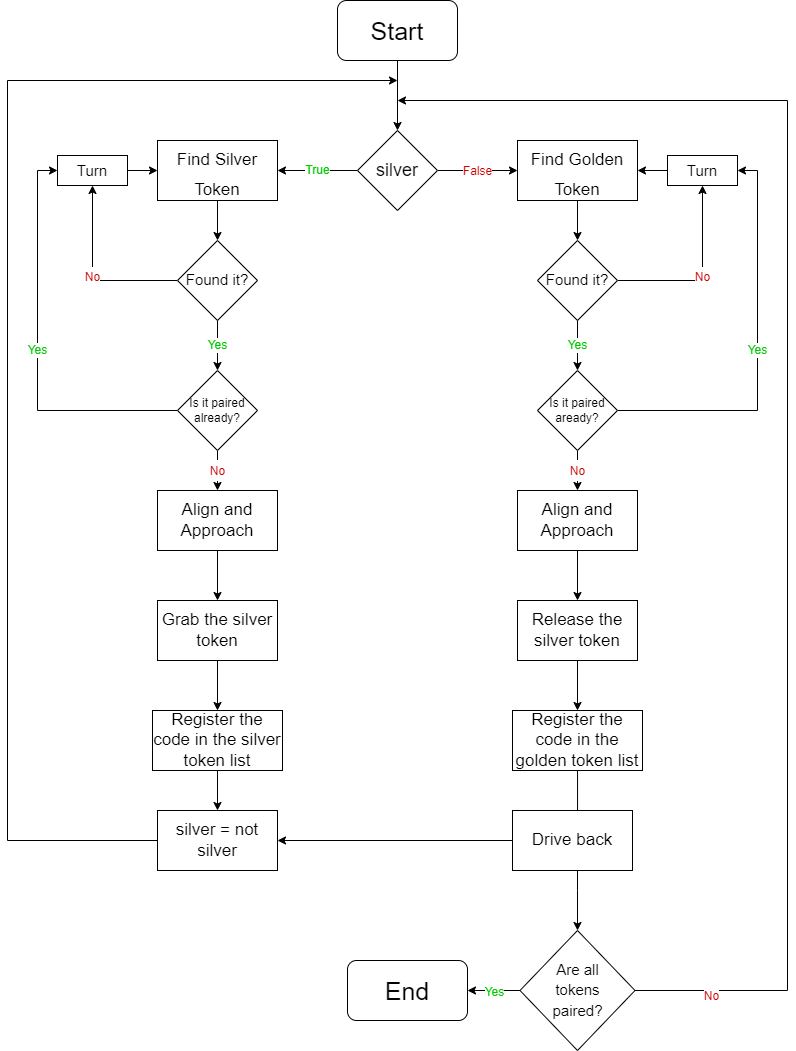
This is FlowChartAssignment1.png from MatteoCappe/ResearchTrack_Assignment1, a draw.io export, as it was before one commit. Source tidied: cells renumbered, new cells last; positions are measured from the earlier drawing's top-left corner, leaving out a move shared by most shapes.
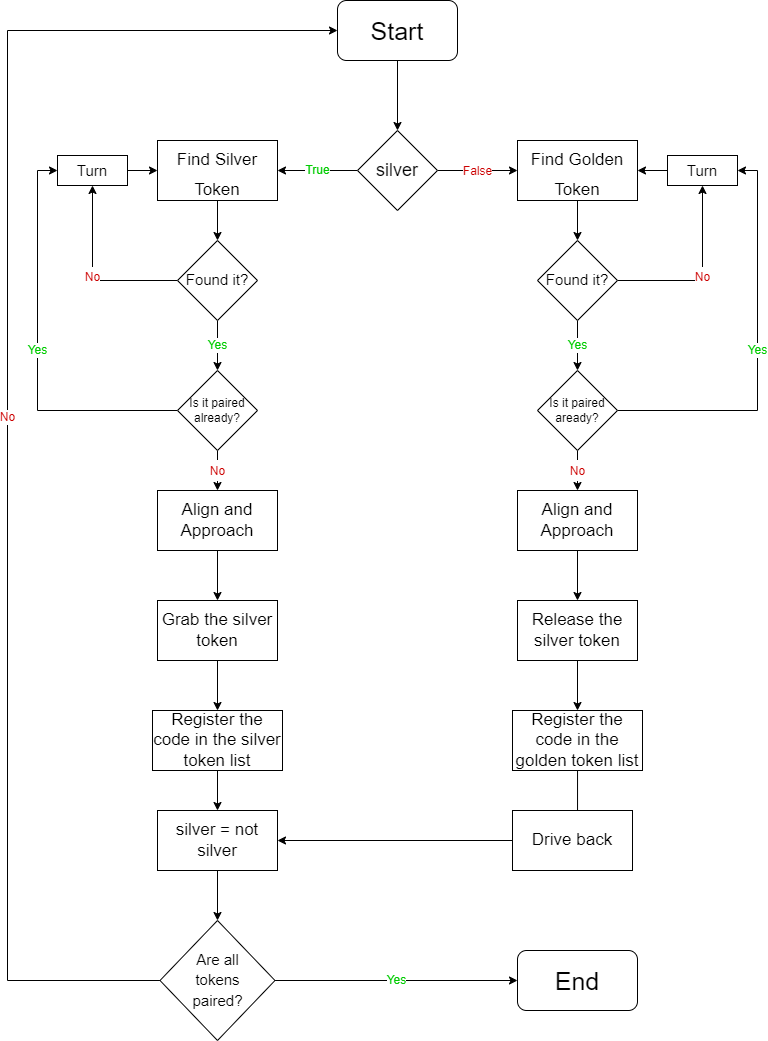
The same file after the commit.

The edit, as a diff of the source:
```diff
@@ -113,65 +113,34 @@
     <mxCell id="38" value="Register the code in the golden token list" style="rounded=0;whiteSpace=wrap;html=1;fontFamily=Helvetica;fontSize=17;fontColor=#000000;" parent="1" vertex="1">
       <mxGeometry x="505" y="710" width="130" height="60" as="geometry" />
     </mxCell>
-    <mxCell id="39" style="edgeStyle=orthogonalEdgeStyle;rounded=0;jettySize=auto;html=1;entryX=1;entryY=0.5;entryDx=0;entryDy=0;fontFamily=Helvetica;fontSize=17;fontColor=#000000;" parent="1" edge="1" source="41" target="42">
+    <mxCell id="39" style="edgeStyle=orthogonalEdgeStyle;rounded=0;jettySize=auto;html=1;entryX=1;entryY=0.5;entryDx=0;entryDy=0;fontSize=12;fontColor=#CC0000;" parent="1" edge="1" source="41" target="42">
       <mxGeometry relative="1" as="geometry" />
     </mxCell>
-    <mxCell id="40" style="edgeStyle=orthogonalEdgeStyle;rounded=0;jettySize=auto;html=1;fontFamily=Helvetica;fontSize=15;fontColor=#000000;" parent="1" edge="1" source="41" target="47">
-      <mxGeometry relative="1" as="geometry">
-        <Array as="points">
-          <mxPoint x="570" y="890" />
-          <mxPoint x="570" y="890" />
-        </Array>
-      </mxGeometry>
-    </mxCell>
     <mxCell id="41" value="Drive back" style="rounded=0;whiteSpace=wrap;html=1;fontFamily=Helvetica;fontSize=17;fontColor=#000000;" parent="1" vertex="1">
       <mxGeometry x="505" y="810" width="120" height="60" as="geometry" />
     </mxCell>
+    <mxCell id="52" style="edgeStyle=orthogonalEdgeStyle;rounded=0;jettySize=auto;html=1;entryX=0.5;entryY=0;entryDx=0;entryDy=0;fontSize=12;fontColor=#CC0000;" parent="1" edge="1" source="42" target="47">
+      <mxGeometry relative="1" as="geometry" />
+    </mxCell>
     <mxCell id="42" value="silver = not silver" style="rounded=0;whiteSpace=wrap;html=1;fontFamily=Helvetica;fontSize=17;fontColor=#000000;" parent="1" vertex="1">
       <mxGeometry x="150" y="810" width="120" height="60" as="geometry" />
     </mxCell>
-    <mxCell id="43" style="endArrow=classic;html=1;rounded=0;fontFamily=Helvetica;fontSize=17;fontColor=#000000;" parent="1" edge="1">
-      <mxGeometry relative="1" as="geometry">
-        <mxPoint y="80" as="sourcePoint" />
-        <mxPoint x="390" y="80" as="targetPoint" />
-      </mxGeometry>
-    </mxCell>
-    <mxCell id="44" style="endArrow=none;html=1;rounded=0;fontFamily=Helvetica;fontSize=17;fontColor=#000000;" parent="1" edge="1">
-      <mxGeometry relative="1" as="geometry">
-        <mxPoint y="840" as="sourcePoint" />
-        <mxPoint y="80" as="targetPoint" />
-      </mxGeometry>
-    </mxCell>
-    <mxCell id="45" style="endArrow=none;html=1;rounded=0;fontFamily=Helvetica;fontSize=17;fontColor=#000000;entryX=0;entryY=0.5;entryDx=0;entryDy=0;" parent="1" edge="1" target="42">
-      <mxGeometry relative="1" as="geometry">
-        <mxPoint y="840" as="sourcePoint" />
-      </mxGeometry>
-    </mxCell>
-    <mxCell id="46" value="&lt;font color=&quot;#00cc00&quot; style=&quot;font-size: 12px;&quot;&gt;Yes&lt;/font&gt;" style="edgeStyle=orthogonalEdgeStyle;rounded=0;jettySize=auto;html=1;entryX=1;entryY=0.5;entryDx=0;entryDy=0;fontFamily=Helvetica;fontSize=15;fontColor=#000000;" parent="1" edge="1" source="47" target="48">
+    <mxCell id="46" value="&lt;font color=&quot;#00cc00&quot;&gt;Yes&lt;/font&gt;" style="edgeStyle=orthogonalEdgeStyle;rounded=0;jettySize=auto;html=1;entryX=0;entryY=0.5;entryDx=0;entryDy=0;fontSize=12;fontColor=#CC0000;" parent="1" edge="1" source="47" target="48">
       <mxGeometry relative="1" as="geometry" />
     </mxCell>
+    <mxCell id="49" value="&lt;font color=&quot;#cc0000&quot;&gt;No&lt;/font&gt;" style="edgeStyle=orthogonalEdgeStyle;rounded=0;jettySize=auto;html=1;entryX=0;entryY=0.5;entryDx=0;entryDy=0;fontSize=12;fontColor=#00CC00;" parent="1" edge="1" source="47" target="6">
+      <mxGeometry relative="1" as="geometry">
+        <Array as="points">
+          <mxPoint y="980" />
+          <mxPoint y="30" />
+        </Array>
+      </mxGeometry>
+    </mxCell>
     <mxCell id="47" value="&lt;font style=&quot;font-size: 15px;&quot;&gt;Are all&lt;br&gt;tokens&lt;br&gt;paired?&lt;/font&gt;" style="rhombus;whiteSpace=wrap;html=1;fontFamily=Helvetica;fontSize=17;fontColor=#000000;" parent="1" vertex="1">
-      <mxGeometry x="512.5" y="930" width="115" height="120" as="geometry" />
+      <mxGeometry x="152.5" y="920" width="115" height="120" as="geometry" />
     </mxCell>
     <mxCell id="48" value="&lt;font style=&quot;font-size: 25px;&quot;&gt;End&lt;/font&gt;" style="rounded=1;whiteSpace=wrap;html=1;fontFamily=Helvetica;fontSize=15;fontColor=#000000;" parent="1" vertex="1">
-      <mxGeometry x="340" y="960" width="120" height="60" as="geometry" />
+      <mxGeometry x="510" y="950" width="120" height="60" as="geometry" />
     </mxCell>
-    <mxCell id="49" value="&lt;font color=&quot;#cc0000&quot; style=&quot;font-size: 12px;&quot;&gt;No&lt;/font&gt;" style="endArrow=none;html=1;rounded=0;fontFamily=Helvetica;fontSize=25;fontColor=#00CC00;exitX=1;exitY=0.5;exitDx=0;exitDy=0;" parent="1" edge="1" source="47">
-      <mxGeometry relative="1" as="geometry">
-        <mxPoint x="780" y="990" as="targetPoint" />
-      </mxGeometry>
-    </mxCell>
-    <mxCell id="50" style="endArrow=classic;html=1;rounded=0;fontFamily=Helvetica;fontSize=25;fontColor=#00CC00;" parent="1" edge="1">
-      <mxGeometry relative="1" as="geometry">
-        <mxPoint x="780" y="100" as="sourcePoint" />
-        <mxPoint x="390" y="100" as="targetPoint" />
-      </mxGeometry>
-    </mxCell>
-    <mxCell id="51" style="endArrow=none;html=1;rounded=0;fontFamily=Helvetica;fontSize=12;fontColor=#CC0000;" parent="1" edge="1">
-      <mxGeometry relative="1" as="geometry">
-        <mxPoint x="780" y="990" as="sourcePoint" />
-        <mxPoint x="780" y="100" as="targetPoint" />
-      </mxGeometry>
-    </mxCell>
   </root>
 </mxGraphModel>
```
